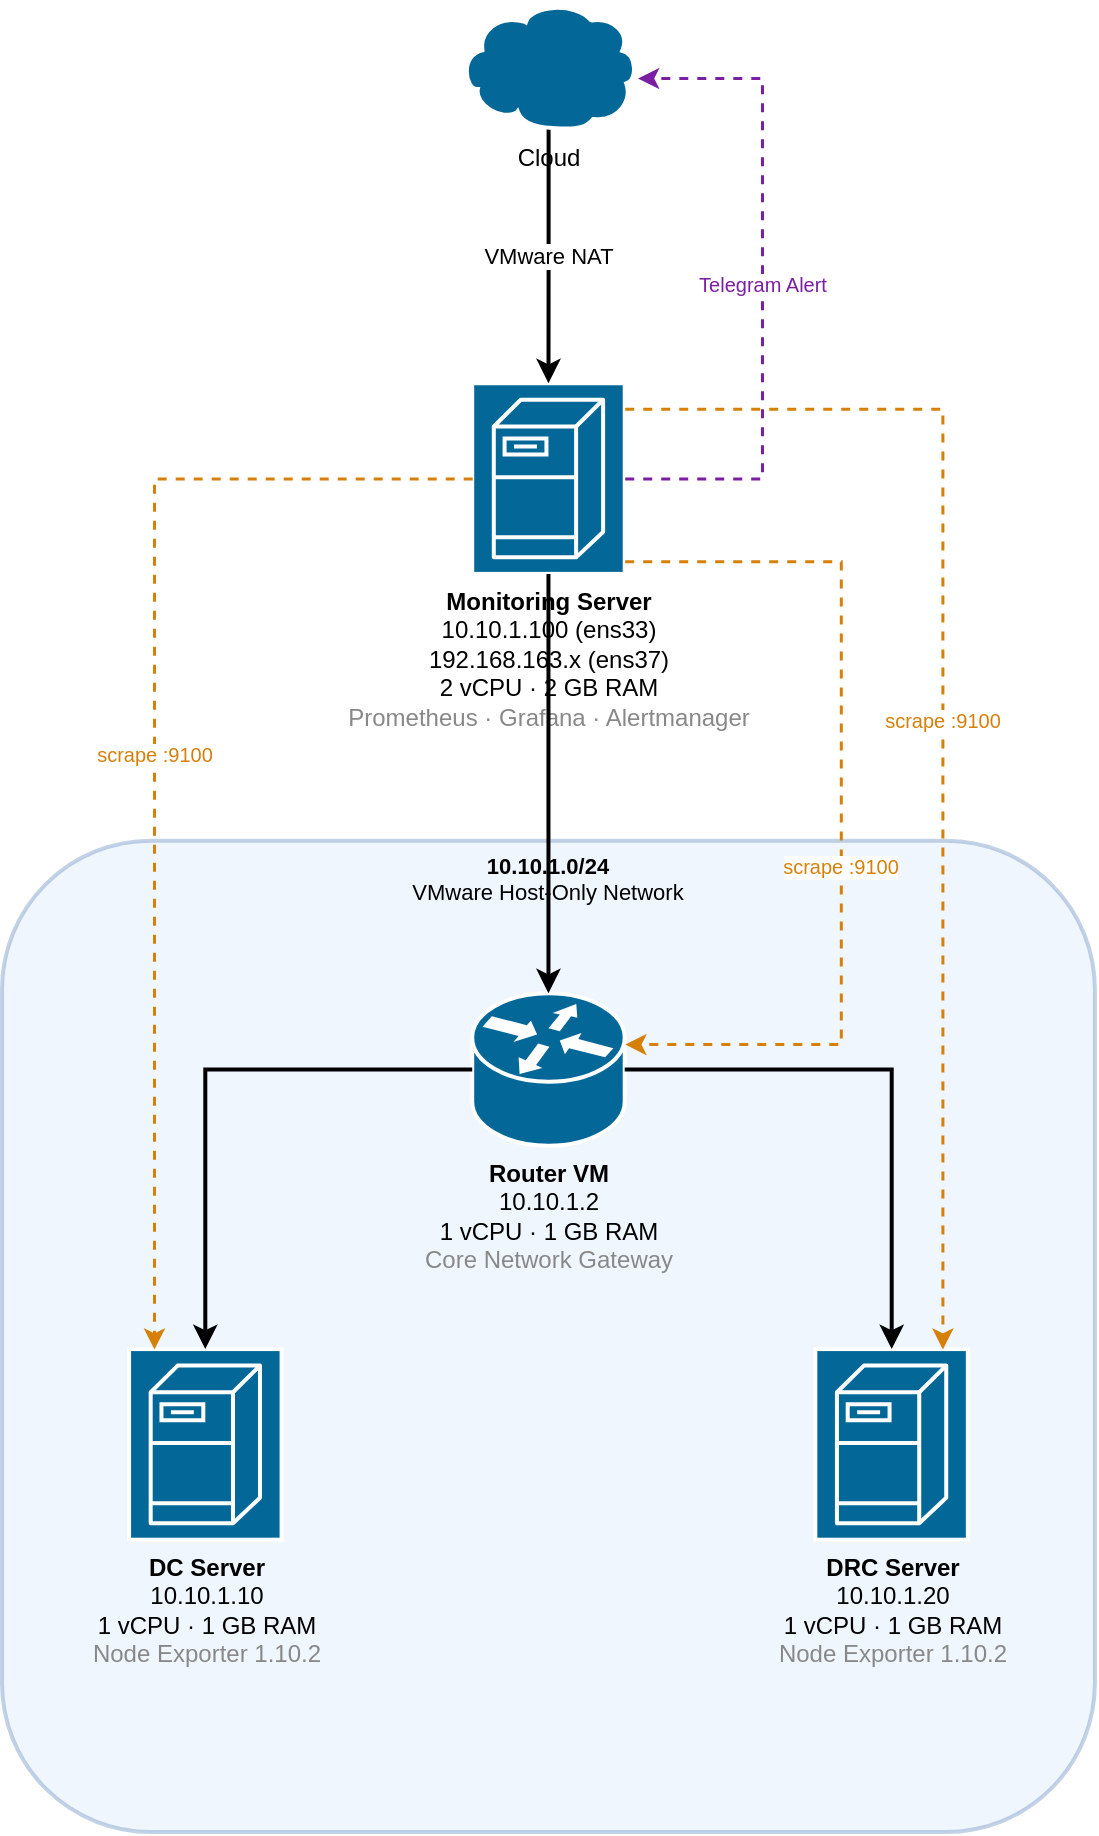
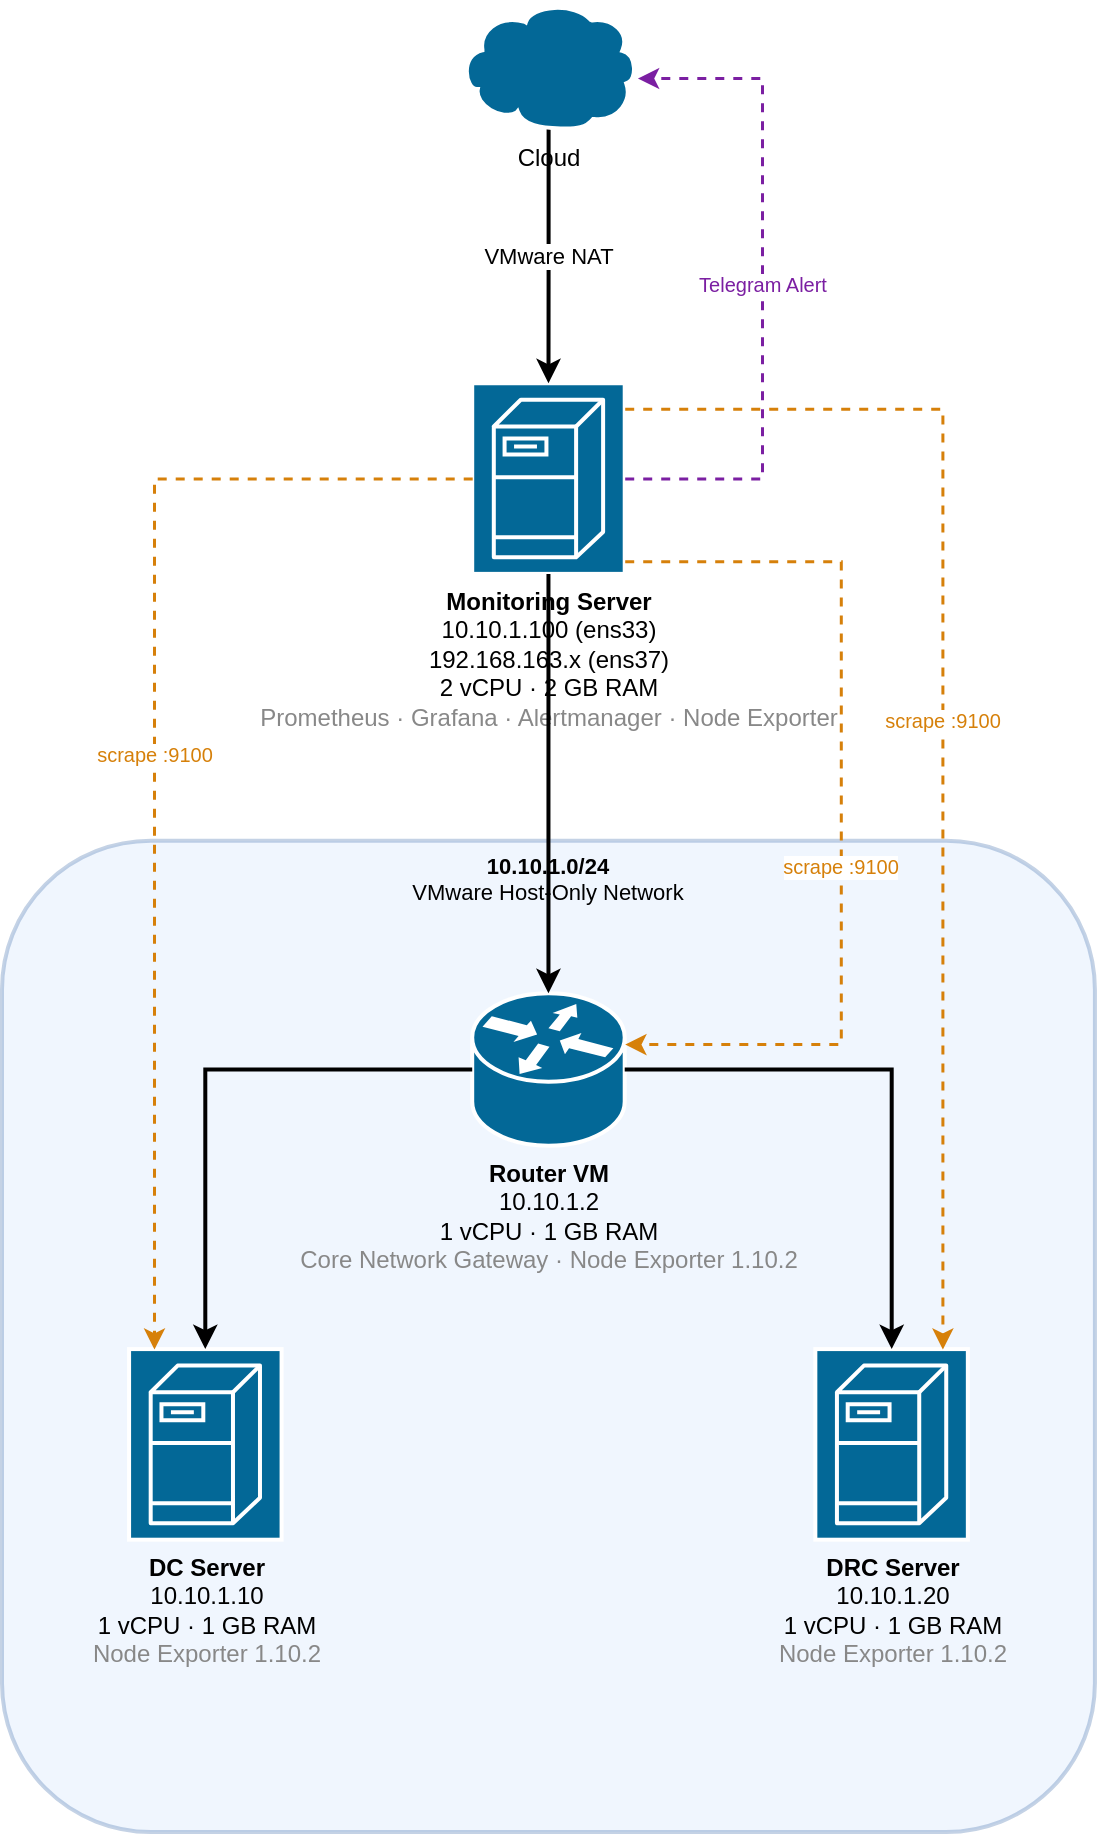
<mxfile host="Electron" agent="Mozilla/5.0 (Windows NT 10.0; Win64; x64) AppleWebKit/537.36 (KHTML, like Gecko) draw.io/24.7.17 Chrome/128.0.6613.36 Electron/32.0.1 Safari/537.36" version="24.7.17">
  <diagram id="dc-drc-infra" name="Topologi Infrastruktur DC-DRC">
    <mxGraphModel dx="934" dy="655" grid="1" gridSize="10" guides="1" tooltips="1" connect="1" arrows="1" fold="1" page="1" pageScale="1" pageWidth="827" pageHeight="1169" math="0" shadow="0">
      <root>
        <mxCell id="0" />
        <mxCell id="1" parent="0" />
        <mxCell id="Q293Cs9wKNBAHUtW0rzg-35" value="" style="group" vertex="1" connectable="0" parent="1">
          <mxGeometry x="140" y="127" width="546.46" height="915" as="geometry" />
        </mxCell>
        <mxCell id="21" value="&lt;b&gt;10.10.1.0/24&lt;/b&gt;&lt;br&gt;VMware Host-Only Network" style="rounded=1;whiteSpace=wrap;html=1;fillColor=#dae8fc;strokeColor=#6c8ebf;verticalAlign=top;fontSize=11;opacity=40;strokeWidth=2;" parent="Q293Cs9wKNBAHUtW0rzg-35" vertex="1">
          <mxGeometry y="419.375" width="546.46" height="495.62499999999994" as="geometry" />
        </mxCell>
-         <mxCell id="3" value="&lt;b&gt;Monitoring Server&lt;/b&gt;&lt;br&gt;10.10.1.100 (ens33)&lt;br&gt;192.168.163.x (ens37)&lt;br&gt;2 vCPU · 2 GB RAM&lt;br&gt;&lt;font color=&quot;#888888&quot;&gt;Prometheus · Grafana · Alertmanager&lt;/font&gt;" style="shape=mxgraph.cisco.servers.standard_server;sketch=0;html=1;fillColor=#036897;strokeColor=#ffffff;strokeWidth=2;verticalLabelPosition=bottom;verticalAlign=top;align=center;outlineConnect=0;" parent="Q293Cs9wKNBAHUtW0rzg-35" vertex="1">
+         <mxCell id="3" value="&lt;b&gt;Monitoring Server&lt;/b&gt;&lt;br&gt;10.10.1.100 (ens33)&lt;br&gt;192.168.163.x (ens37)&lt;br&gt;2 vCPU · 2 GB RAM&lt;br&gt;&lt;font color=&quot;#888888&quot;&gt;Prometheus · Grafana · Alertmanager · Node Exporter&lt;/font&gt;" style="shape=mxgraph.cisco.servers.standard_server;sketch=0;html=1;fillColor=#036897;strokeColor=#ffffff;strokeWidth=2;verticalLabelPosition=bottom;verticalAlign=top;align=center;outlineConnect=0;" parent="Q293Cs9wKNBAHUtW0rzg-35" vertex="1">
          <mxGeometry x="235.10488372093025" y="190.625" width="76.25023255813954" height="95.3125" as="geometry" />
        </mxCell>
-         <mxCell id="4" value="&lt;b&gt;Router VM&lt;/b&gt;&lt;br&gt;10.10.1.2&lt;br&gt;1 vCPU · 1 GB RAM&lt;br&gt;&lt;font color=&quot;#888888&quot;&gt;Core Network Gateway&lt;/font&gt;" style="shape=mxgraph.cisco.routers.router;sketch=0;html=1;fillColor=#036897;strokeColor=#ffffff;strokeWidth=2;verticalLabelPosition=bottom;verticalAlign=top;align=center;outlineConnect=0;" parent="Q293Cs9wKNBAHUtW0rzg-35" vertex="1">
+         <mxCell id="4" value="&lt;b&gt;Router VM&lt;/b&gt;&lt;br&gt;10.10.1.2&lt;br&gt;1 vCPU · 1 GB RAM&lt;br&gt;&lt;font color=&quot;#888888&quot;&gt;Core Network Gateway · Node Exporter 1.10.2&lt;/font&gt;" style="shape=mxgraph.cisco.routers.router;sketch=0;html=1;fillColor=#036897;strokeColor=#ffffff;strokeWidth=2;verticalLabelPosition=bottom;verticalAlign=top;align=center;outlineConnect=0;" parent="Q293Cs9wKNBAHUtW0rzg-35" vertex="1">
          <mxGeometry x="235.10488372093025" y="495.62499999999994" width="76.25023255813954" height="76.25" as="geometry" />
        </mxCell>
        <mxCell id="5" value="&lt;b&gt;DC Server&lt;/b&gt;&lt;br&gt;10.10.1.10&lt;br&gt;1 vCPU · 1 GB RAM&lt;br&gt;&lt;font color=&quot;#888888&quot;&gt;Node Exporter 1.10.2&lt;/font&gt;" style="shape=mxgraph.cisco.servers.standard_server;sketch=0;html=1;fillColor=#036897;strokeColor=#ffffff;strokeWidth=2;verticalLabelPosition=bottom;verticalAlign=top;align=center;outlineConnect=0;" parent="Q293Cs9wKNBAHUtW0rzg-35" vertex="1">
          <mxGeometry x="63.54186046511629" y="673.5416666666666" width="76.25023255813954" height="95.3125" as="geometry" />
        </mxCell>
        <mxCell id="6" value="&lt;b&gt;DRC Server&lt;/b&gt;&lt;br&gt;10.10.1.20&lt;br&gt;1 vCPU · 1 GB RAM&lt;br&gt;&lt;font color=&quot;#888888&quot;&gt;Node Exporter 1.10.2&lt;/font&gt;" style="shape=mxgraph.cisco.servers.standard_server;sketch=0;html=1;fillColor=#036897;strokeColor=#ffffff;strokeWidth=2;verticalLabelPosition=bottom;verticalAlign=top;align=center;outlineConnect=0;" parent="Q293Cs9wKNBAHUtW0rzg-35" vertex="1">
          <mxGeometry x="406.66790697674423" y="673.5416666666666" width="76.25023255813954" height="95.3125" as="geometry" />
        </mxCell>
        <mxCell id="7" value="VMware NAT" style="edgeStyle=orthogonalEdgeStyle;rounded=0;html=1;strokeWidth=2;" parent="Q293Cs9wKNBAHUtW0rzg-35" source="Q293Cs9wKNBAHUtW0rzg-30" target="3" edge="1">
          <mxGeometry relative="1" as="geometry">
            <mxPoint x="273.23" y="82.60416666666666" as="sourcePoint" />
            <Array as="points" />
          </mxGeometry>
        </mxCell>
        <mxCell id="8" value="" style="edgeStyle=orthogonalEdgeStyle;rounded=0;html=1;strokeWidth=2;" parent="Q293Cs9wKNBAHUtW0rzg-35" source="3" target="4" edge="1">
          <mxGeometry relative="1" as="geometry" />
        </mxCell>
        <mxCell id="9" value="" style="edgeStyle=orthogonalEdgeStyle;rounded=0;html=1;strokeWidth=2;" parent="Q293Cs9wKNBAHUtW0rzg-35" source="4" target="5" edge="1">
          <mxGeometry relative="1" as="geometry" />
        </mxCell>
        <mxCell id="10" value="" style="edgeStyle=orthogonalEdgeStyle;rounded=0;html=1;strokeWidth=2;" parent="Q293Cs9wKNBAHUtW0rzg-35" source="4" target="6" edge="1">
          <mxGeometry relative="1" as="geometry" />
        </mxCell>
        <mxCell id="11" value="scrape :9100" style="edgeStyle=orthogonalEdgeStyle;rounded=0;html=1;dashed=1;strokeColor=#d6800a;strokeWidth=1.5;fontColor=#d6800a;fontSize=10;" parent="Q293Cs9wKNBAHUtW0rzg-35" source="3" target="5" edge="1">
          <mxGeometry relative="1" as="geometry">
            <Array as="points">
              <mxPoint x="76" y="238" />
            </Array>
          </mxGeometry>
        </mxCell>
        <mxCell id="12" value="scrape :9100" style="edgeStyle=orthogonalEdgeStyle;rounded=0;html=1;dashed=1;strokeColor=#d6800a;strokeWidth=1.5;fontColor=#d6800a;fontSize=10;" parent="Q293Cs9wKNBAHUtW0rzg-35" source="3" target="6" edge="1">
          <mxGeometry relative="1" as="geometry">
            <Array as="points">
              <mxPoint x="470.2097674418605" y="203.33333333333331" />
            </Array>
          </mxGeometry>
        </mxCell>
        <mxCell id="13" value="scrape :9100" style="edgeStyle=orthogonalEdgeStyle;rounded=0;html=1;dashed=1;strokeColor=#d6800a;strokeWidth=1.5;fontColor=#d6800a;fontSize=10;" parent="Q293Cs9wKNBAHUtW0rzg-35" source="3" target="4" edge="1">
          <mxGeometry x="0.1389" relative="1" as="geometry">
            <Array as="points">
              <mxPoint x="419.37627906976746" y="279.5833333333333" />
              <mxPoint x="419.37627906976746" y="521.0416666666666" />
            </Array>
            <mxPoint as="offset" />
          </mxGeometry>
        </mxCell>
        <mxCell id="14" value="Telegram Alert" style="edgeStyle=orthogonalEdgeStyle;rounded=0;html=1;dashed=1;strokeColor=#7B1FA2;strokeWidth=1.5;fontColor=#7B1FA2;fontSize=10;" parent="Q293Cs9wKNBAHUtW0rzg-35" source="3" target="Q293Cs9wKNBAHUtW0rzg-30" edge="1">
          <mxGeometry relative="1" as="geometry">
            <Array as="points">
              <mxPoint x="380" y="238" />
              <mxPoint x="380" y="38" />
            </Array>
            <mxPoint x="336.77186046511633" y="38.125" as="targetPoint" />
          </mxGeometry>
        </mxCell>
        <mxCell id="Q293Cs9wKNBAHUtW0rzg-30" value="Cloud" style="shape=mxgraph.cisco.storage.cloud;sketch=0;html=1;pointerEvents=1;dashed=0;fillColor=#036897;strokeColor=#ffffff;strokeWidth=2;verticalLabelPosition=bottom;verticalAlign=top;align=center;outlineConnect=0;" vertex="1" parent="Q293Cs9wKNBAHUtW0rzg-35">
          <mxGeometry x="228.75069767441863" width="88.9586046511628" height="63.541666666666664" as="geometry" />
        </mxCell>
        <mxCell id="Q293Cs9wKNBAHUtW0rzg-31" value="" style="shape=mxgraph.cisco.servers.fileserver;sketch=0;html=1;pointerEvents=1;dashed=0;fillColor=#036897;strokeColor=#ffffff;strokeWidth=2;verticalLabelPosition=bottom;verticalAlign=top;align=center;outlineConnect=0;" vertex="1" parent="Q293Cs9wKNBAHUtW0rzg-35">
          <mxGeometry x="245.907" y="198.88541666666666" width="54.64600000000001" height="78.79166666666666" as="geometry" />
        </mxCell>
        <mxCell id="Q293Cs9wKNBAHUtW0rzg-32" value="" style="shape=mxgraph.cisco.servers.fileserver;sketch=0;html=1;pointerEvents=1;dashed=0;fillColor=#036897;strokeColor=#ffffff;strokeWidth=2;verticalLabelPosition=bottom;verticalAlign=top;align=center;outlineConnect=0;" vertex="1" parent="Q293Cs9wKNBAHUtW0rzg-35">
          <mxGeometry x="74.34397674418605" y="681.8020833333333" width="54.64600000000001" height="78.79166666666666" as="geometry" />
        </mxCell>
        <mxCell id="Q293Cs9wKNBAHUtW0rzg-33" value="" style="shape=mxgraph.cisco.servers.fileserver;sketch=0;html=1;pointerEvents=1;dashed=0;fillColor=#036897;strokeColor=#ffffff;strokeWidth=2;verticalLabelPosition=bottom;verticalAlign=top;align=center;outlineConnect=0;" vertex="1" parent="Q293Cs9wKNBAHUtW0rzg-35">
          <mxGeometry x="417.470023255814" y="681.8020833333333" width="54.64600000000001" height="78.79166666666666" as="geometry" />
        </mxCell>
      </root>
    </mxGraphModel>
  </diagram>
</mxfile>
